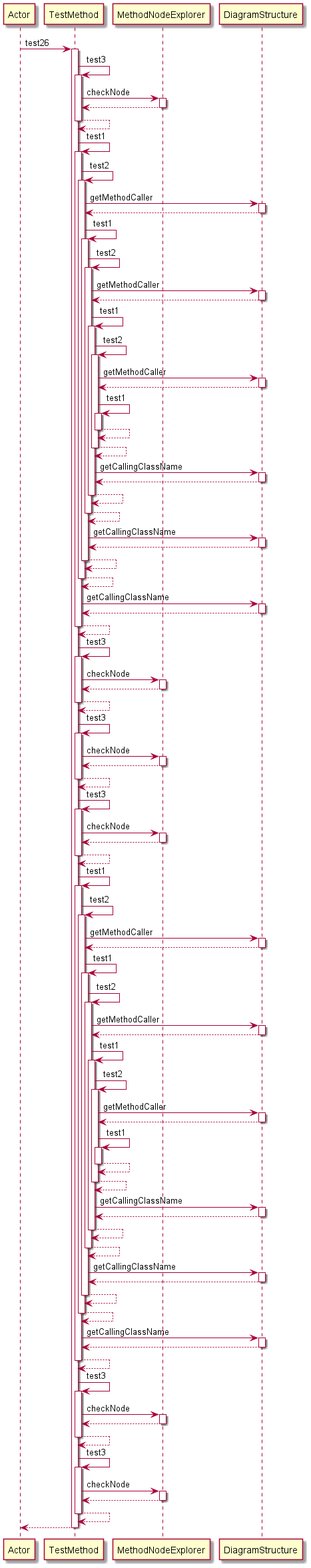
The PlantUML diagram Diagrams/test26.png in manucapo/Gardener, before a commit.
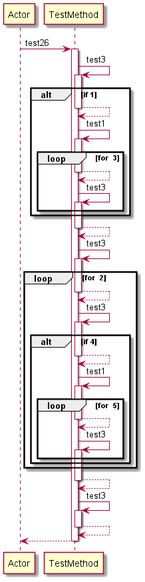
After the commit.

The edit, as a diff of the source:
```diff
@@ -4,154 +4,44 @@
 activate TestMethod
 TestMethod -> TestMethod: test3
 activate TestMethod
-TestMethod -> MethodNodeExplorer: checkNode
-activate MethodNodeExplorer
-MethodNodeExplorer-->TestMethod
-deactivate MethodNodeExplorer
+alt if 1
 TestMethod-->TestMethod
 deactivate TestMethod
 TestMethod -> TestMethod: test1
 activate TestMethod
-TestMethod -> TestMethod: test2
-activate TestMethod
-TestMethod -> DiagramStructure: getMethodCaller
-activate DiagramStructure
-DiagramStructure-->TestMethod
-deactivate DiagramStructure
-TestMethod -> TestMethod: test1
-activate TestMethod
-TestMethod -> TestMethod: test2
-activate TestMethod
-TestMethod -> DiagramStructure: getMethodCaller
-activate DiagramStructure
-DiagramStructure-->TestMethod
-deactivate DiagramStructure
-TestMethod -> TestMethod: test1
-activate TestMethod
-TestMethod -> TestMethod: test2
-activate TestMethod
-TestMethod -> DiagramStructure: getMethodCaller
-activate DiagramStructure
-DiagramStructure-->TestMethod
-deactivate DiagramStructure
-TestMethod -> TestMethod: test1
-activate TestMethod
-TestMethod-->TestMethod
-deactivate TestMethod
-TestMethod-->TestMethod
-deactivate TestMethod
-TestMethod -> DiagramStructure: getCallingClassName
-activate DiagramStructure
-DiagramStructure-->TestMethod
-deactivate DiagramStructure
-TestMethod-->TestMethod
-deactivate TestMethod
-TestMethod-->TestMethod
-deactivate TestMethod
-TestMethod -> DiagramStructure: getCallingClassName
-activate DiagramStructure
-DiagramStructure-->TestMethod
-deactivate DiagramStructure
-TestMethod-->TestMethod
-deactivate TestMethod
-TestMethod-->TestMethod
-deactivate TestMethod
-TestMethod -> DiagramStructure: getCallingClassName
-activate DiagramStructure
-DiagramStructure-->TestMethod
-deactivate DiagramStructure
+loop for  3
 TestMethod-->TestMethod
 deactivate TestMethod
 TestMethod -> TestMethod: test3
 activate TestMethod
-TestMethod -> MethodNodeExplorer: checkNode
-activate MethodNodeExplorer
-MethodNodeExplorer-->TestMethod
-deactivate MethodNodeExplorer
+end
+end
 TestMethod-->TestMethod
 deactivate TestMethod
 TestMethod -> TestMethod: test3
 activate TestMethod
-TestMethod -> MethodNodeExplorer: checkNode
-activate MethodNodeExplorer
-MethodNodeExplorer-->TestMethod
-deactivate MethodNodeExplorer
+loop for  2
 TestMethod-->TestMethod
 deactivate TestMethod
 TestMethod -> TestMethod: test3
 activate TestMethod
-TestMethod -> MethodNodeExplorer: checkNode
-activate MethodNodeExplorer
-MethodNodeExplorer-->TestMethod
-deactivate MethodNodeExplorer
+alt if 4
 TestMethod-->TestMethod
 deactivate TestMethod
 TestMethod -> TestMethod: test1
 activate TestMethod
-TestMethod -> TestMethod: test2
-activate TestMethod
-TestMethod -> DiagramStructure: getMethodCaller
-activate DiagramStructure
-DiagramStructure-->TestMethod
-deactivate DiagramStructure
-TestMethod -> TestMethod: test1
-activate TestMethod
-TestMethod -> TestMethod: test2
-activate TestMethod
-TestMethod -> DiagramStructure: getMethodCaller
-activate DiagramStructure
-DiagramStructure-->TestMethod
-deactivate DiagramStructure
-TestMethod -> TestMethod: test1
-activate TestMethod
-TestMethod -> TestMethod: test2
-activate TestMethod
-TestMethod -> DiagramStructure: getMethodCaller
-activate DiagramStructure
-DiagramStructure-->TestMethod
-deactivate DiagramStructure
-TestMethod -> TestMethod: test1
-activate TestMethod
-TestMethod-->TestMethod
-deactivate TestMethod
-TestMethod-->TestMethod
-deactivate TestMethod
-TestMethod -> DiagramStructure: getCallingClassName
-activate DiagramStructure
-DiagramStructure-->TestMethod
-deactivate DiagramStructure
-TestMethod-->TestMethod
-deactivate TestMethod
-TestMethod-->TestMethod
-deactivate TestMethod
-TestMethod -> DiagramStructure: getCallingClassName
-activate DiagramStructure
-DiagramStructure-->TestMethod
-deactivate DiagramStructure
-TestMethod-->TestMethod
-deactivate TestMethod
-TestMethod-->TestMethod
-deactivate TestMethod
-TestMethod -> DiagramStructure: getCallingClassName
-activate DiagramStructure
-DiagramStructure-->TestMethod
-deactivate DiagramStructure
+loop for  5
 TestMethod-->TestMethod
 deactivate TestMethod
 TestMethod -> TestMethod: test3
 activate TestMethod
-TestMethod -> MethodNodeExplorer: checkNode
-activate MethodNodeExplorer
-MethodNodeExplorer-->TestMethod
-deactivate MethodNodeExplorer
+end
+end
+end
 TestMethod-->TestMethod
 deactivate TestMethod
 TestMethod -> TestMethod: test3
 activate TestMethod
-TestMethod -> MethodNodeExplorer: checkNode
-activate MethodNodeExplorer
-MethodNodeExplorer-->TestMethod
-deactivate MethodNodeExplorer
 TestMethod-->TestMethod
 deactivate TestMethod
 return
```
